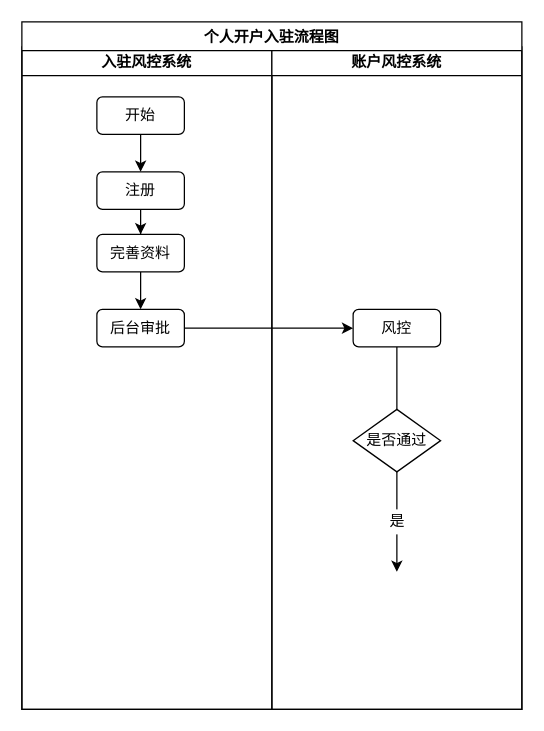
Before: 个人入驻开户流程图.drawio in xiaoxijin/pay, a draw.io diagram. Source tidied: cells renumbered, new cells numbered last; positions are measured from the earlier drawing's top-left corner, leaving out a move shared by most shapes. Both pictures are drawn from the tidied source at 125%, with x=0, y=0 at pixel (21, 21).
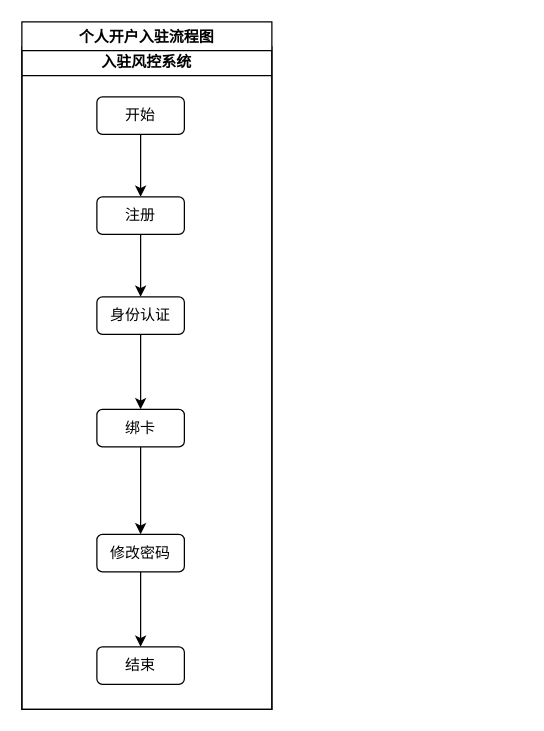
After the change.

What changed in the source:
```diff
@@
 <mxGraphModel>
   <root>
     <mxCell id="0" />
     <mxCell id="1" parent="0" />
     <mxCell id="2" value="入驻风控系统" style="swimlane;fontFamily=Lucida Console;" parent="1" vertex="1">
       <mxGeometry y="20" width="200" height="530" as="geometry" />
     </mxCell>
     <mxCell id="3" style="edgeStyle=orthogonalEdgeStyle;rounded=0;jettySize=auto;html=1;fontFamily=Lucida Console;" parent="2" edge="1" source="4" target="6">
       <mxGeometry relative="1" as="geometry" />
     </mxCell>
     <mxCell id="4" value="开始" style="rounded=1;whiteSpace=wrap;html=1;fontFamily=Lucida Console;" parent="2" vertex="1">
       <mxGeometry x="60" y="40" width="70" height="30" as="geometry" />
     </mxCell>
     <mxCell id="5" style="edgeStyle=orthogonalEdgeStyle;rounded=0;jettySize=auto;html=1;fontFamily=Lucida Console;" parent="2" edge="1" source="6" target="8">
       <mxGeometry relative="1" as="geometry" />
     </mxCell>
     <mxCell id="6" value="注册" style="rounded=1;whiteSpace=wrap;html=1;fontFamily=Lucida Console;" parent="2" vertex="1">
-      <mxGeometry x="60" y="100" width="70" height="30" as="geometry" />
+      <mxGeometry x="60" y="120" width="70" height="30" as="geometry" />
     </mxCell>
-    <mxCell id="7" style="edgeStyle=orthogonalEdgeStyle;rounded=0;jettySize=auto;html=1;fontFamily=Lucida Console;" parent="2" edge="1" source="8" target="9">
-      <mxGeometry relative="1" as="geometry" />
-    </mxCell>
+    <mxCell id="18" style="edgeStyle=orthogonalEdgeStyle;rounded=0;jettySize=auto;html=1;" parent="2" edge="1" source="8">
+      <mxGeometry relative="1" as="geometry">
+        <mxPoint x="95" y="290" as="targetPoint" />
+      </mxGeometry>
+    </mxCell>
-    <mxCell id="8" value="完善资料" style="rounded=1;whiteSpace=wrap;html=1;fontFamily=Lucida Console;" parent="2" vertex="1">
-      <mxGeometry x="60" y="150" width="70" height="30" as="geometry" />
+    <mxCell id="8" value="身份认证" style="rounded=1;whiteSpace=wrap;html=1;fontFamily=Lucida Console;" parent="2" vertex="1">
+      <mxGeometry x="60" y="200" width="70" height="30" as="geometry" />
     </mxCell>
-    <mxCell id="9" value="后台审批" style="rounded=1;whiteSpace=wrap;html=1;fontFamily=Lucida Console;" parent="2" vertex="1">
-      <mxGeometry x="60" y="210" width="70" height="30" as="geometry" />
-    </mxCell>
-    <mxCell id="10" value="账户风控系统" style="swimlane;fontFamily=Lucida Console;" parent="1" vertex="1">
-      <mxGeometry x="200" y="20" width="200" height="530" as="geometry" />
-    </mxCell>
-    <mxCell id="11" style="edgeStyle=orthogonalEdgeStyle;rounded=0;orthogonalLoop=1;jettySize=auto;html=1;" parent="10" edge="1">
-      <mxGeometry relative="1" as="geometry">
-        <mxPoint x="100" y="340" as="sourcePoint" />
-        <mxPoint x="100" y="420" as="targetPoint" />
-      </mxGeometry>
-    </mxCell>
-    <mxCell id="12" style="edgeStyle=orthogonalEdgeStyle;rounded=0;jettySize=auto;html=1;fontFamily=Lucida Console;" parent="10" edge="1" source="13">
-      <mxGeometry relative="1" as="geometry">
-        <mxPoint x="100" y="320" as="targetPoint" />
-      </mxGeometry>
-    </mxCell>
-    <mxCell id="13" value="风控" style="rounded=1;whiteSpace=wrap;html=1;fontFamily=Lucida Console;" parent="10" vertex="1">
-      <mxGeometry x="65" y="210" width="70" height="30" as="geometry" />
-    </mxCell>
-    <mxCell id="14" value="是否通过" style="rhombus;whiteSpace=wrap;html=1;fontFamily=Lucida Console;" parent="10" vertex="1">
-      <mxGeometry x="65" y="290" width="70" height="50" as="geometry" />
-    </mxCell>
-    <mxCell id="15" value="是" style="text;html=1;align=center;verticalAlign=middle;fillColor=#ffffff;" parent="10" vertex="1">
-      <mxGeometry x="85" y="370" width="30" height="20" as="geometry" />
-    </mxCell>
+    <mxCell id="19" style="edgeStyle=orthogonalEdgeStyle;rounded=0;jettySize=auto;html=1;" parent="2" edge="1" source="20" target="21">
+      <mxGeometry relative="1" as="geometry" />
+    </mxCell>
+    <mxCell id="20" value="修改密码" style="rounded=1;whiteSpace=wrap;html=1;fontFamily=Lucida Console;" parent="2" vertex="1">
+      <mxGeometry x="60" y="390" width="70" height="30" as="geometry" />
+    </mxCell>
+    <mxCell id="21" value="结束" style="rounded=1;whiteSpace=wrap;html=1;fontFamily=Lucida Console;" parent="2" vertex="1">
+      <mxGeometry x="60" y="480" width="70" height="30" as="geometry" />
+    </mxCell>
+    <mxCell id="22" value="绑卡" style="rounded=1;whiteSpace=wrap;html=1;fontFamily=Lucida Console;" parent="2" vertex="1">
+      <mxGeometry x="60" y="290" width="70" height="30" as="geometry" />
+    </mxCell>
+    <mxCell id="23" style="edgeStyle=orthogonalEdgeStyle;rounded=0;jettySize=auto;html=1;" parent="2" edge="1" source="22" target="20">
+      <mxGeometry relative="1" as="geometry" />
+    </mxCell>
     <mxCell id="16" value="个人开户入驻流程图" style="swimlane;fontFamily=Lucida Console;" parent="1" vertex="1">
-      <mxGeometry width="400" height="550" as="geometry" />
+      <mxGeometry width="200" height="550" as="geometry" />
     </mxCell>
-    <mxCell id="17" style="edgeStyle=orthogonalEdgeStyle;rounded=0;jettySize=auto;html=1;fontFamily=Lucida Console;" parent="1" edge="1" source="9" target="13">
-      <mxGeometry relative="1" as="geometry" />
-    </mxCell>
   </root>
 </mxGraphModel>
```
